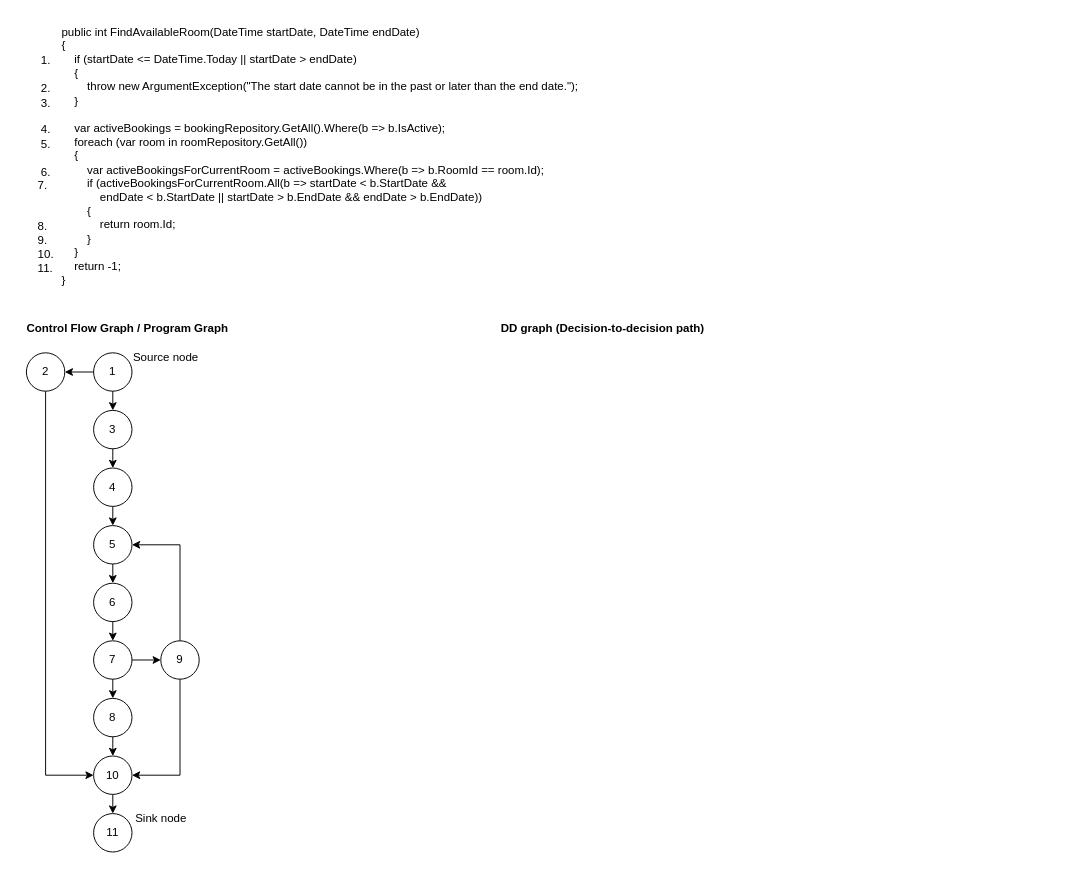
leaand01/WhiteBoxTesting_temp keeps this draw.io diagram as page "FindAvailableRoom" (1 of 2) of Unavngivet diagram.drawio. Above is the earlier version. Source tidied: cells renumbered, new cells numbered last; positions are measured from the earlier drawing's top-left corner, leaving out a move shared by most shapes. Both pictures are drawn from the tidied source at 96%, with x=0, y=0 at pixel (16, 16).
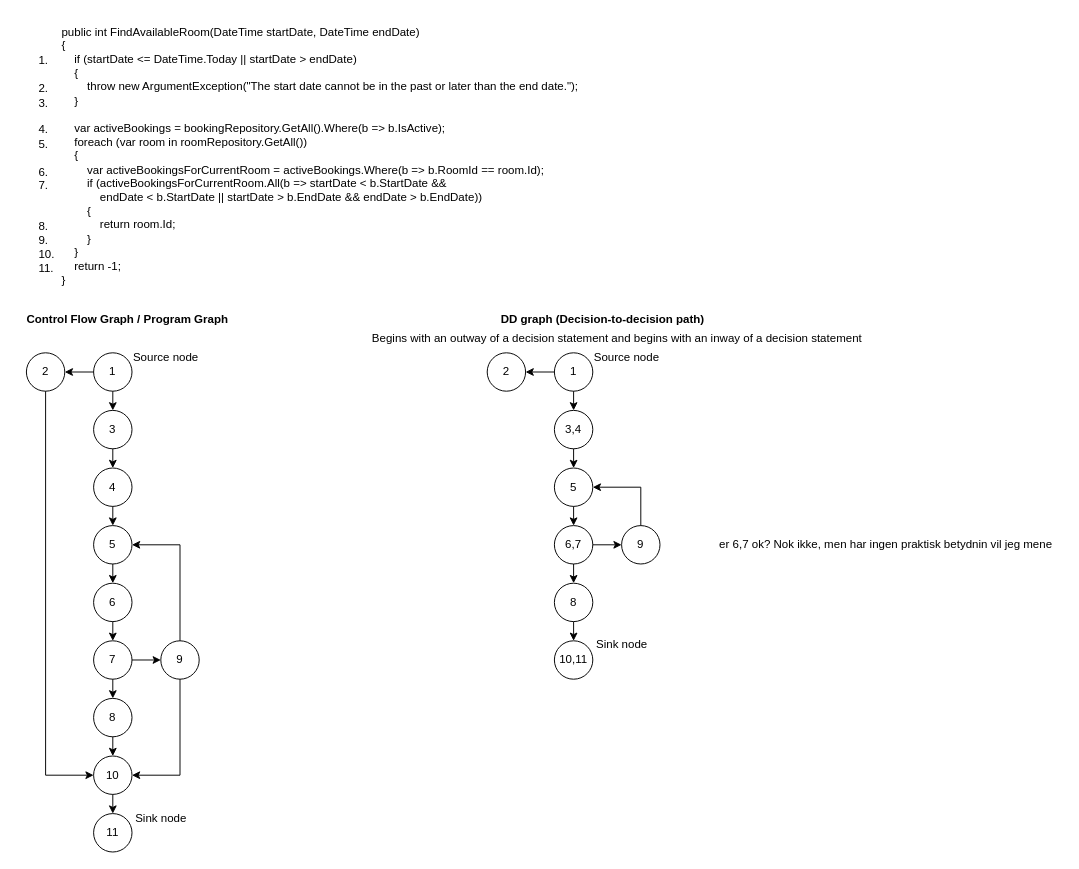
After the change.

The edit, as a diff of the source:
```diff
@@
-    <mxCell id="3" value="&lt;div&gt;&lt;span style=&quot;background-color: initial;&quot;&gt;1.&lt;/span&gt;&lt;br&gt;&lt;/div&gt;&lt;div&gt;&lt;br&gt;&lt;/div&gt;&lt;div&gt;2.&lt;/div&gt;&lt;div&gt;3.&lt;/div&gt;&lt;div&gt;&lt;br&gt;&lt;/div&gt;&lt;div&gt;4.&lt;/div&gt;&lt;div&gt;5.&lt;/div&gt;&lt;div&gt;&lt;br&gt;&lt;/div&gt;&lt;div&gt;6.&lt;/div&gt;&lt;div style=&quot;text-align: left;&quot;&gt;7.&lt;/div&gt;&lt;div style=&quot;text-align: left;&quot;&gt;&lt;br&gt;&lt;/div&gt;&lt;div style=&quot;text-align: left;&quot;&gt;&lt;br&gt;&lt;/div&gt;&lt;div style=&quot;text-align: left;&quot;&gt;8.&lt;/div&gt;&lt;div style=&quot;text-align: left;&quot;&gt;9.&lt;/div&gt;&lt;div style=&quot;text-align: left;&quot;&gt;10.&lt;/div&gt;&lt;div style=&quot;text-align: left;&quot;&gt;11.&lt;/div&gt;" style="text;html=1;align=center;verticalAlign=middle;strokeColor=none;fillColor=none;" parent="1" vertex="1">
-      <mxGeometry x="10" y="34" width="40" height="240" as="geometry" />
+    <mxCell id="3" value="&lt;div&gt;&lt;span style=&quot;background-color: initial;&quot;&gt;1.&lt;/span&gt;&lt;br&gt;&lt;/div&gt;&lt;div&gt;&lt;br&gt;&lt;/div&gt;&lt;div&gt;2.&lt;/div&gt;&lt;div&gt;3.&lt;/div&gt;&lt;div&gt;&lt;br&gt;&lt;/div&gt;&lt;div&gt;4.&lt;/div&gt;&lt;div&gt;5.&lt;/div&gt;&lt;div&gt;&lt;br&gt;&lt;/div&gt;&lt;div&gt;6.&lt;/div&gt;&lt;div style=&quot;&quot;&gt;7.&lt;/div&gt;&lt;div style=&quot;&quot;&gt;&lt;br&gt;&lt;/div&gt;&lt;div style=&quot;&quot;&gt;&lt;br&gt;&lt;/div&gt;&lt;div style=&quot;&quot;&gt;8.&lt;/div&gt;&lt;div style=&quot;&quot;&gt;9.&lt;/div&gt;&lt;div style=&quot;&quot;&gt;10.&lt;/div&gt;&lt;div style=&quot;&quot;&gt;11.&lt;/div&gt;" style="text;html=1;align=left;verticalAlign=middle;strokeColor=none;fillColor=none;" parent="1" vertex="1">
+      <mxGeometry x="21" y="34" width="40" height="240" as="geometry" />
     </mxCell>
     <mxCell id="4" value="&lt;b&gt;Control Flow Graph / Program Graph&lt;/b&gt;" style="text;html=1;align=center;verticalAlign=middle;strokeColor=none;fillColor=none;" parent="1" vertex="1">
-      <mxGeometry y="310" width="230" height="30" as="geometry" />
+      <mxGeometry y="300" width="230" height="30" as="geometry" />
     </mxCell>
     <mxCell id="5" value="&lt;b&gt;DD graph (Decision-to-decision path)&lt;/b&gt;" style="text;html=1;align=center;verticalAlign=middle;strokeColor=none;fillColor=none;" parent="1" vertex="1">
-      <mxGeometry x="490" y="310" width="240" height="30" as="geometry" />
+      <mxGeometry x="490" y="300" width="240" height="30" as="geometry" />
     </mxCell>
@@
+    <mxCell id="32" value="Begins with an outway of a decision statement and begins with an inway of a decision statement" style="text;html=1;align=center;verticalAlign=middle;strokeColor=none;fillColor=none;" parent="1" vertex="1">
+      <mxGeometry x="360" y="320" width="530" height="30" as="geometry" />
+    </mxCell>
+    <mxCell id="33" value="1" style="ellipse;whiteSpace=wrap;html=1;" parent="1" vertex="1">
+      <mxGeometry x="560" y="350" width="40" height="40" as="geometry" />
+    </mxCell>
+    <mxCell id="34" value="Source node" style="text;html=1;align=center;verticalAlign=middle;strokeColor=none;fillColor=none;" parent="1" vertex="1">
+      <mxGeometry x="590" y="340" width="90" height="30" as="geometry" />
+    </mxCell>
+    <mxCell id="35" value="2" style="ellipse;whiteSpace=wrap;html=1;" parent="1" vertex="1">
+      <mxGeometry x="490" y="350" width="40" height="40" as="geometry" />
+    </mxCell>
+    <mxCell id="36" value="3,4" style="ellipse;whiteSpace=wrap;html=1;" parent="1" vertex="1">
+      <mxGeometry x="560" y="410" width="40" height="40" as="geometry" />
+    </mxCell>
+    <mxCell id="37" style="edgeStyle=none;jettySize=auto;html=1;rounded=0;entryX=1;entryY=0.5;entryDx=0;entryDy=0;exitX=0;exitY=0.5;exitDx=0;exitDy=0;" parent="1" edge="1" source="33" target="35">
+      <mxGeometry relative="1" as="geometry" />
+    </mxCell>
+    <mxCell id="38" style="edgeStyle=none;jettySize=auto;html=1;rounded=0;entryX=0.5;entryY=0;entryDx=0;entryDy=0;exitX=0.5;exitY=1;exitDx=0;exitDy=0;" parent="1" edge="1" source="33" target="36">
+      <mxGeometry relative="1" as="geometry" />
+    </mxCell>
+    <mxCell id="39" value="5" style="ellipse;whiteSpace=wrap;html=1;" parent="1" vertex="1">
+      <mxGeometry x="560" y="470" width="40" height="40" as="geometry" />
+    </mxCell>
+    <mxCell id="40" value="6,7" style="ellipse;whiteSpace=wrap;html=1;" parent="1" vertex="1">
+      <mxGeometry x="560" y="530" width="40" height="40" as="geometry" />
+    </mxCell>
+    <mxCell id="41" value="8" style="ellipse;whiteSpace=wrap;html=1;" parent="1" vertex="1">
+      <mxGeometry x="560" y="590" width="40" height="40" as="geometry" />
+    </mxCell>
+    <mxCell id="42" value="9" style="ellipse;whiteSpace=wrap;html=1;" parent="1" vertex="1">
+      <mxGeometry x="630" y="530" width="40" height="40" as="geometry" />
+    </mxCell>
+    <mxCell id="43" style="edgeStyle=none;jettySize=auto;html=1;rounded=0;exitX=0.5;exitY=1;exitDx=0;exitDy=0;entryX=0.5;entryY=0;entryDx=0;entryDy=0;" parent="1" edge="1" target="40">
+      <mxGeometry relative="1" as="geometry">
+        <mxPoint x="580" y="510" as="sourcePoint" />
+      </mxGeometry>
+    </mxCell>
+    <mxCell id="44" style="edgeStyle=none;jettySize=auto;html=1;rounded=0;exitX=0.5;exitY=1;exitDx=0;exitDy=0;entryX=0.5;entryY=0;entryDx=0;entryDy=0;" parent="1" edge="1" source="40" target="41">
+      <mxGeometry relative="1" as="geometry" />
+    </mxCell>
+    <mxCell id="45" style="edgeStyle=none;jettySize=auto;html=1;rounded=0;exitX=0.5;exitY=1;exitDx=0;exitDy=0;entryX=0.5;entryY=0;entryDx=0;entryDy=0;" parent="1" edge="1" source="41">
+      <mxGeometry relative="1" as="geometry">
+        <mxPoint x="580" y="650" as="targetPoint" />
+      </mxGeometry>
+    </mxCell>
+    <mxCell id="46" style="edgeStyle=none;jettySize=auto;html=1;rounded=0;exitX=1;exitY=0.5;exitDx=0;exitDy=0;entryX=0;entryY=0.5;entryDx=0;entryDy=0;" parent="1" edge="1" source="40" target="42">
+      <mxGeometry relative="1" as="geometry" />
+    </mxCell>
+    <mxCell id="47" style="edgeStyle=none;jettySize=auto;html=1;rounded=0;exitX=0.5;exitY=0;exitDx=0;exitDy=0;entryX=1;entryY=0.5;entryDx=0;entryDy=0;" parent="1" edge="1" source="42" target="39">
+      <mxGeometry relative="1" as="geometry">
+        <Array as="points">
+          <mxPoint x="650" y="490" />
+        </Array>
+      </mxGeometry>
+    </mxCell>
+    <mxCell id="48" style="edgeStyle=none;jettySize=auto;html=1;rounded=0;exitX=0.5;exitY=1;exitDx=0;exitDy=0;entryX=0.5;entryY=0;entryDx=0;entryDy=0;" parent="1" edge="1" source="36" target="39">
+      <mxGeometry relative="1" as="geometry" />
+    </mxCell>
+    <mxCell id="49" value="er 6,7 ok? Nok ikke, men har ingen praktisk betydnin vil jeg mene" style="text;html=1;align=center;verticalAlign=middle;strokeColor=none;fillColor=none;" parent="1" vertex="1">
+      <mxGeometry x="720" y="535" width="370" height="30" as="geometry" />
+    </mxCell>
+    <mxCell id="50" value="10,11" style="ellipse;whiteSpace=wrap;html=1;" parent="1" vertex="1">
+      <mxGeometry x="560" y="650" width="40" height="40" as="geometry" />
+    </mxCell>
+    <mxCell id="51" value="Sink node" style="text;html=1;align=center;verticalAlign=middle;strokeColor=none;fillColor=none;" parent="1" vertex="1">
+      <mxGeometry x="590" y="639" width="80" height="30" as="geometry" />
+    </mxCell>
```
